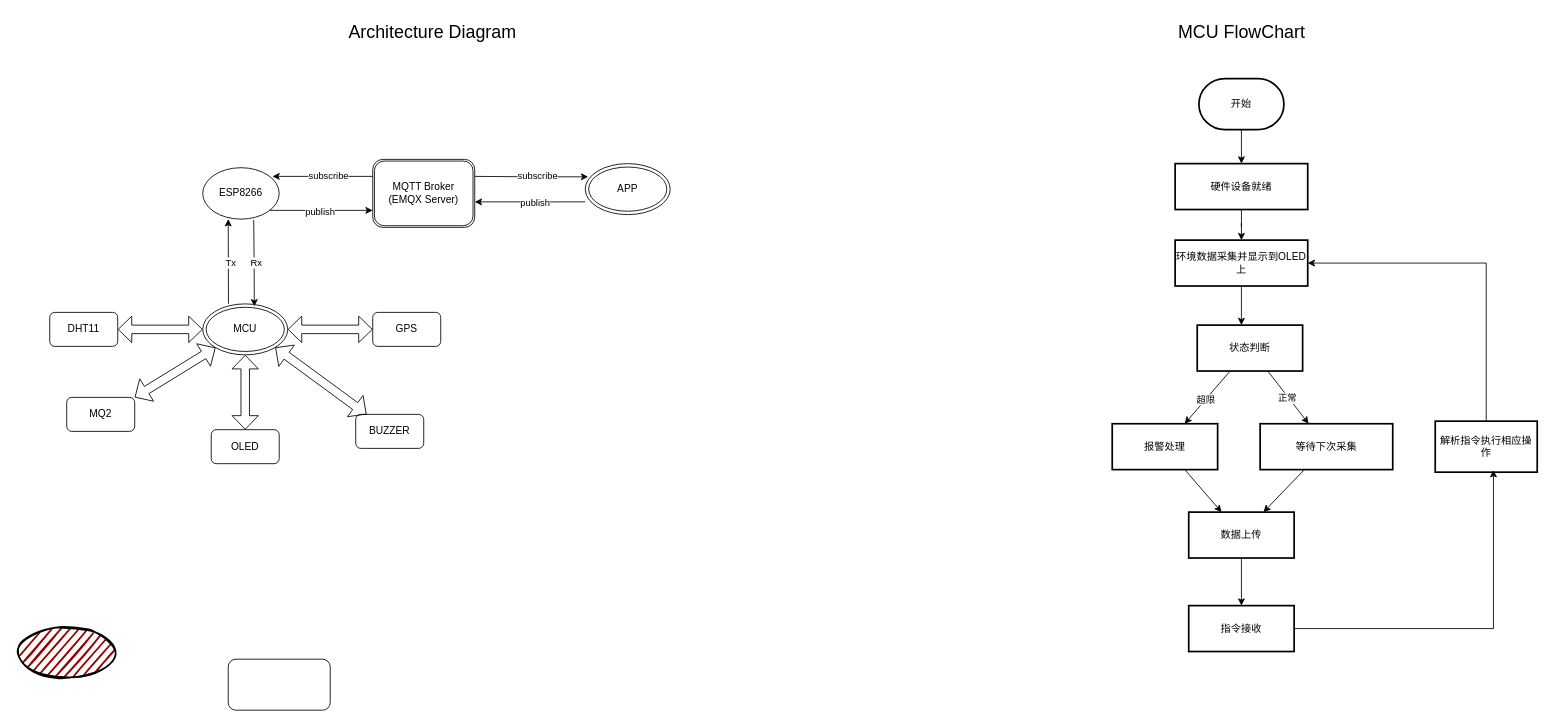
Lee-Txwg/Miner_Helmet keeps this draw.io diagram as 01_Function_Map/MineSafe.drawio. Above is the earlier version. Source tidied: cells renumbered, new cells numbered last; positions are measured from the earlier drawing's top-left corner, leaving out a move shared by most shapes. Both pictures are drawn from the tidied source at 85%, with x=0, y=0 at pixel (15, 14).
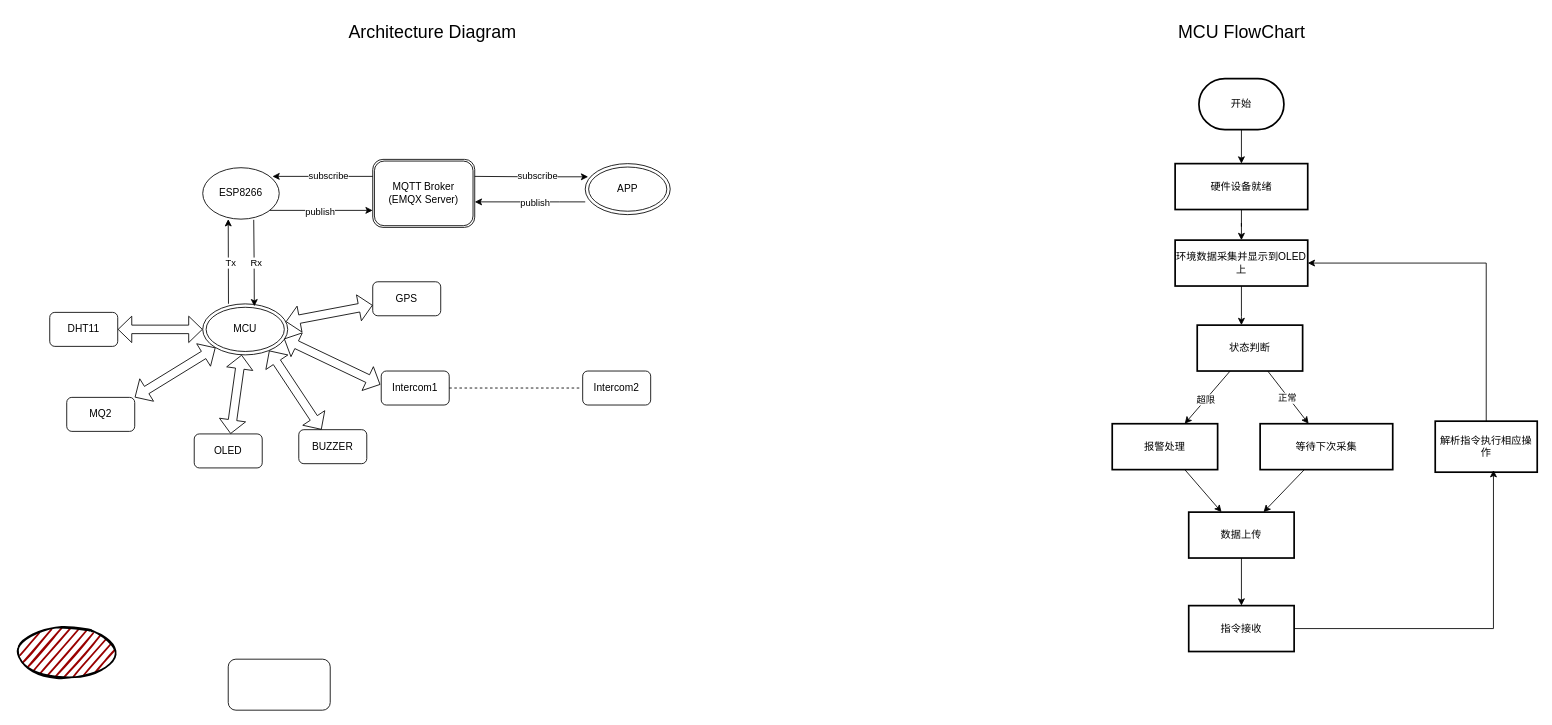
The same diagram, later.

Unchanged cells that the change refers to:
```xml
<mxCell id="30" value="MCU" style="ellipse;shape=doubleEllipse;whiteSpace=wrap;html=1;" parent="1" vertex="1">
  <mxGeometry x="220" y="340" width="100" height="60" as="geometry" />
</mxCell>
```

Diff of the diagram source:
```diff
@@
     <mxCell id="46" value="GPS" style="rounded=1;whiteSpace=wrap;html=1;" parent="1" vertex="1">
-      <mxGeometry x="420" y="350" width="80" height="40" as="geometry" />
+      <mxGeometry x="420" y="314" width="80" height="40" as="geometry" />
     </mxCell>
     <mxCell id="47" value="BUZZER" style="rounded=1;whiteSpace=wrap;html=1;" parent="1" vertex="1">
-      <mxGeometry x="400" y="470" width="80" height="40" as="geometry" />
+      <mxGeometry x="333" y="488" width="80" height="40" as="geometry" />
     </mxCell>
     <mxCell id="48" value="OLED" style="rounded=1;whiteSpace=wrap;html=1;" parent="1" vertex="1">
-      <mxGeometry x="230" y="488" width="80" height="40" as="geometry" />
+      <mxGeometry x="210" y="493" width="80" height="40" as="geometry" />
     </mxCell>
@@
-    <mxCell id="52" style="shape=flexArrow;endArrow=classic;startArrow=classic;html=1;rounded=0;startSize=5;endSize=5;entryX=1;entryY=1;entryDx=0;entryDy=0;" parent="1" edge="1" source="47" target="30">
+    <mxCell id="52" style="shape=flexArrow;endArrow=classic;startArrow=classic;html=1;rounded=0;startSize=5;endSize=5;entryX=0.781;entryY=0.915;entryDx=0;entryDy=0;entryPerimeter=0;" parent="1" edge="1" source="47" target="30">
       <mxGeometry relative="1" as="geometry" />
     </mxCell>
@@
+    <mxCell id="54" style="shape=flexArrow;endArrow=classic;startArrow=classic;html=1;rounded=0;startSize=5;endSize=5;entryX=0.956;entryY=0.616;entryDx=0;entryDy=0;entryPerimeter=0;" parent="1" edge="1">
+      <mxGeometry relative="1" as="geometry">
+        <mxPoint x="429" y="435" as="sourcePoint" />
+        <mxPoint x="315.6" y="381" as="targetPoint" />
+      </mxGeometry>
+    </mxCell>
+    <mxCell id="55" value="Intercom1" style="rounded=1;whiteSpace=wrap;html=1;" parent="1" vertex="1">
+      <mxGeometry x="430" y="419" width="80" height="40" as="geometry" />
+    </mxCell>
+    <mxCell id="56" value="Intercom2" style="rounded=1;whiteSpace=wrap;html=1;" parent="1" vertex="1">
+      <mxGeometry x="667" y="419" width="80" height="40" as="geometry" />
+    </mxCell>
+    <mxCell id="57" style="endArrow=none;dashed=1;html=1;rounded=0;" parent="1" edge="1">
+      <mxGeometry relative="1" as="geometry">
+        <mxPoint x="510" y="439" as="sourcePoint" />
+        <mxPoint x="666" y="439" as="targetPoint" />
+      </mxGeometry>
+    </mxCell>
```
